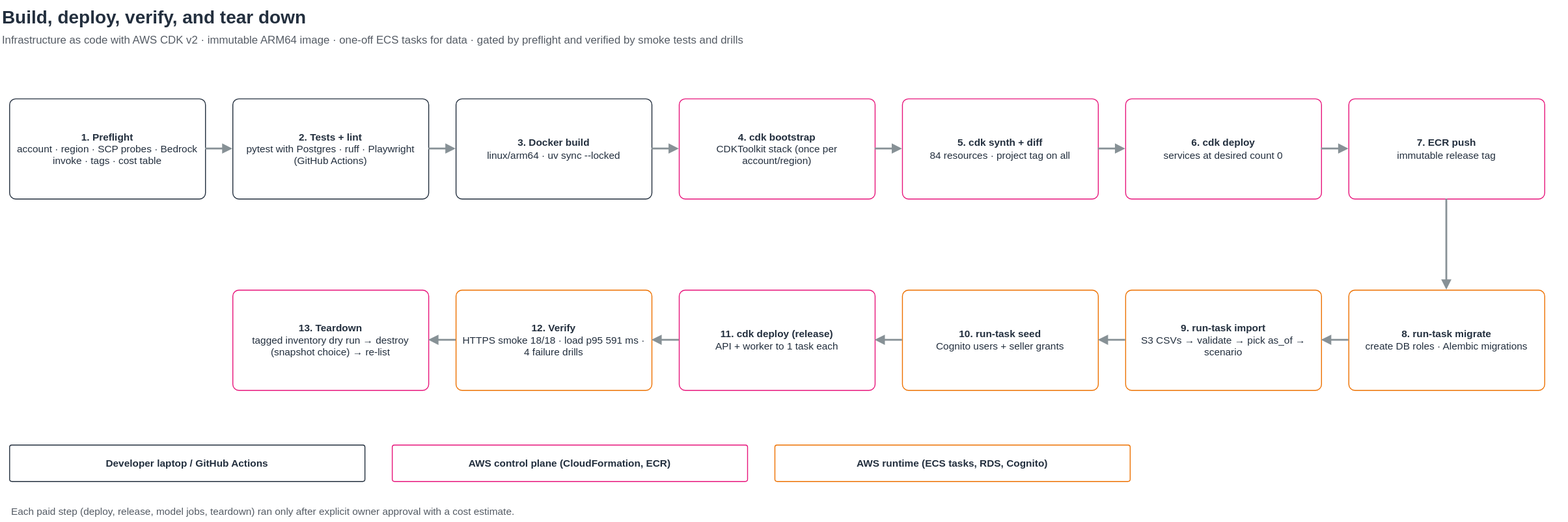
abh2050/ontology-ops keeps this draw.io diagram as docs/diagrams/deployment-pipeline.svg. Above is the earlier version. Source tidied: cells renumbered, new cells last; positions are measured from the earlier drawing's top-left corner, leaving out a move shared by most shapes.
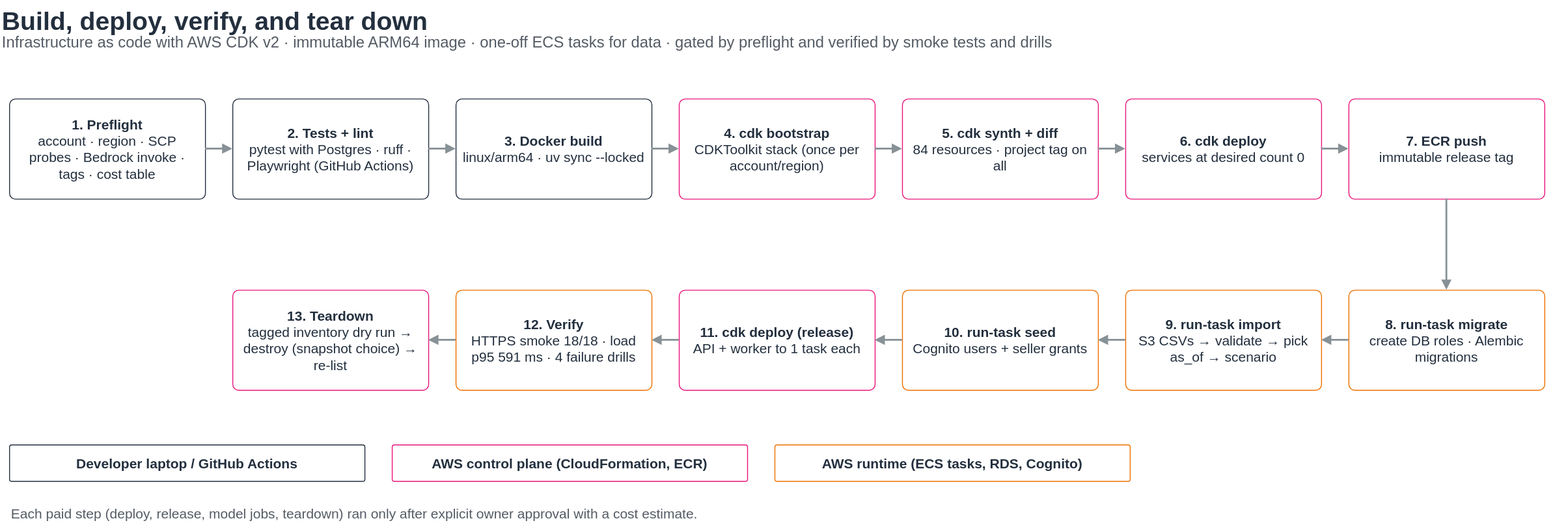
After the commit.

What changed in the source:
```diff
@@ -2,97 +2,97 @@
   <root>
     <mxCell id="0" />
     <mxCell id="1" parent="0" />
-    <mxCell id="2" value="&lt;b&gt;Build, deploy, verify, and tear down&lt;/b&gt;" style="text;html=1;align=left;verticalAlign=top;whiteSpace=wrap;fontSize=20;fontColor=#232F3E;fontStyle=0;" parent="1" vertex="1">
+    <mxCell id="2" value="&lt;b&gt;Build, deploy, verify, and tear down&lt;/b&gt;" style="text;html=1;align=left;verticalAlign=top;whiteSpace=wrap;fontSize=28;fontColor=#232F3E;fontStyle=0;" parent="1" vertex="1">
       <mxGeometry width="1720" height="30" as="geometry" />
     </mxCell>
-    <mxCell id="3" value="Infrastructure as code with AWS CDK v2 · immutable ARM64 image · one-off ECS tasks for data · gated by preflight and verified by smoke tests and drills" style="text;html=1;align=left;verticalAlign=top;whiteSpace=wrap;fontSize=12;fontColor=#545B64;fontStyle=0;" parent="1" vertex="1">
+    <mxCell id="3" value="Infrastructure as code with AWS CDK v2 · immutable ARM64 image · one-off ECS tasks for data · gated by preflight and verified by smoke tests and drills" style="text;html=1;align=left;verticalAlign=top;whiteSpace=wrap;fontSize=17;fontColor=#545B64;fontStyle=0;" parent="1" vertex="1">
       <mxGeometry y="30" width="1720" height="22" as="geometry" />
     </mxCell>
-    <mxCell id="4" value="&lt;b&gt;1. Preflight&lt;/b&gt;&lt;br&gt;account · region · SCP probes · Bedrock invoke · tags · cost table" style="rounded=1;arcSize=6;whiteSpace=wrap;html=1;strokeColor=#232F3E;fillColor=#FFFFFF;fontColor=#232F3E;dashed=0;fontSize=11;align=center;verticalAlign=middle;spacing=8;fontStyle=0;" parent="1" vertex="1">
+    <mxCell id="4" value="&lt;b&gt;1. Preflight&lt;/b&gt;&lt;br&gt;account · region · SCP probes · Bedrock invoke · tags · cost table" style="rounded=1;arcSize=6;whiteSpace=wrap;html=1;strokeColor=#232F3E;fillColor=#FFFFFF;fontColor=#232F3E;dashed=0;fontSize=15;align=center;verticalAlign=middle;spacing=8;fontStyle=0;" parent="1" vertex="1">
       <mxGeometry x="10" y="108" width="215" height="110" as="geometry" />
     </mxCell>
-    <mxCell id="5" value="&lt;b&gt;2. Tests + lint&lt;/b&gt;&lt;br&gt;pytest with Postgres · ruff · Playwright (GitHub Actions)" style="rounded=1;arcSize=6;whiteSpace=wrap;html=1;strokeColor=#232F3E;fillColor=#FFFFFF;fontColor=#232F3E;dashed=0;fontSize=11;align=center;verticalAlign=middle;spacing=8;fontStyle=0;" parent="1" vertex="1">
+    <mxCell id="5" value="&lt;b&gt;2. Tests + lint&lt;/b&gt;&lt;br&gt;pytest with Postgres · ruff · Playwright (GitHub Actions)" style="rounded=1;arcSize=6;whiteSpace=wrap;html=1;strokeColor=#232F3E;fillColor=#FFFFFF;fontColor=#232F3E;dashed=0;fontSize=15;align=center;verticalAlign=middle;spacing=8;fontStyle=0;" parent="1" vertex="1">
       <mxGeometry x="255" y="108" width="215" height="110" as="geometry" />
     </mxCell>
-    <mxCell id="6" value="&lt;b&gt;3. Docker build&lt;/b&gt;&lt;br&gt;linux/arm64 · uv sync --locked" style="rounded=1;arcSize=6;whiteSpace=wrap;html=1;strokeColor=#232F3E;fillColor=#FFFFFF;fontColor=#232F3E;dashed=0;fontSize=11;align=center;verticalAlign=middle;spacing=8;fontStyle=0;" parent="1" vertex="1">
+    <mxCell id="6" value="&lt;b&gt;3. Docker build&lt;/b&gt;&lt;br&gt;linux/arm64 · uv sync --locked" style="rounded=1;arcSize=6;whiteSpace=wrap;html=1;strokeColor=#232F3E;fillColor=#FFFFFF;fontColor=#232F3E;dashed=0;fontSize=15;align=center;verticalAlign=middle;spacing=8;fontStyle=0;" parent="1" vertex="1">
       <mxGeometry x="500" y="108" width="215" height="110" as="geometry" />
     </mxCell>
-    <mxCell id="7" value="&lt;b&gt;4. cdk bootstrap&lt;/b&gt;&lt;br&gt;CDKToolkit stack (once per account/region)" style="rounded=1;arcSize=6;whiteSpace=wrap;html=1;strokeColor=#E7157B;fillColor=#FFFFFF;fontColor=#232F3E;dashed=0;fontSize=11;align=center;verticalAlign=middle;spacing=8;fontStyle=0;" parent="1" vertex="1">
+    <mxCell id="7" value="&lt;b&gt;4. cdk bootstrap&lt;/b&gt;&lt;br&gt;CDKToolkit stack (once per account/region)" style="rounded=1;arcSize=6;whiteSpace=wrap;html=1;strokeColor=#E7157B;fillColor=#FFFFFF;fontColor=#232F3E;dashed=0;fontSize=15;align=center;verticalAlign=middle;spacing=8;fontStyle=0;" parent="1" vertex="1">
       <mxGeometry x="745" y="108" width="215" height="110" as="geometry" />
     </mxCell>
-    <mxCell id="8" value="&lt;b&gt;5. cdk synth + diff&lt;/b&gt;&lt;br&gt;84 resources · project tag on all" style="rounded=1;arcSize=6;whiteSpace=wrap;html=1;strokeColor=#E7157B;fillColor=#FFFFFF;fontColor=#232F3E;dashed=0;fontSize=11;align=center;verticalAlign=middle;spacing=8;fontStyle=0;" parent="1" vertex="1">
+    <mxCell id="8" value="&lt;b&gt;5. cdk synth + diff&lt;/b&gt;&lt;br&gt;84 resources · project tag on all" style="rounded=1;arcSize=6;whiteSpace=wrap;html=1;strokeColor=#E7157B;fillColor=#FFFFFF;fontColor=#232F3E;dashed=0;fontSize=15;align=center;verticalAlign=middle;spacing=8;fontStyle=0;" parent="1" vertex="1">
       <mxGeometry x="990" y="108" width="215" height="110" as="geometry" />
     </mxCell>
-    <mxCell id="9" value="&lt;b&gt;6. cdk deploy&lt;/b&gt;&lt;br&gt;services at desired count 0" style="rounded=1;arcSize=6;whiteSpace=wrap;html=1;strokeColor=#E7157B;fillColor=#FFFFFF;fontColor=#232F3E;dashed=0;fontSize=11;align=center;verticalAlign=middle;spacing=8;fontStyle=0;" parent="1" vertex="1">
+    <mxCell id="9" value="&lt;b&gt;6. cdk deploy&lt;/b&gt;&lt;br&gt;services at desired count 0" style="rounded=1;arcSize=6;whiteSpace=wrap;html=1;strokeColor=#E7157B;fillColor=#FFFFFF;fontColor=#232F3E;dashed=0;fontSize=15;align=center;verticalAlign=middle;spacing=8;fontStyle=0;" parent="1" vertex="1">
       <mxGeometry x="1235" y="108" width="215" height="110" as="geometry" />
     </mxCell>
-    <mxCell id="10" value="&lt;b&gt;7. ECR push&lt;/b&gt;&lt;br&gt;immutable release tag" style="rounded=1;arcSize=6;whiteSpace=wrap;html=1;strokeColor=#E7157B;fillColor=#FFFFFF;fontColor=#232F3E;dashed=0;fontSize=11;align=center;verticalAlign=middle;spacing=8;fontStyle=0;" parent="1" vertex="1">
+    <mxCell id="10" value="&lt;b&gt;7. ECR push&lt;/b&gt;&lt;br&gt;immutable release tag" style="rounded=1;arcSize=6;whiteSpace=wrap;html=1;strokeColor=#E7157B;fillColor=#FFFFFF;fontColor=#232F3E;dashed=0;fontSize=15;align=center;verticalAlign=middle;spacing=8;fontStyle=0;" parent="1" vertex="1">
       <mxGeometry x="1480" y="108" width="215" height="110" as="geometry" />
     </mxCell>
-    <mxCell id="11" value="&lt;b&gt;8. run-task migrate&lt;/b&gt;&lt;br&gt;create DB roles · Alembic migrations" style="rounded=1;arcSize=6;whiteSpace=wrap;html=1;strokeColor=#ED7100;fillColor=#FFFFFF;fontColor=#232F3E;dashed=0;fontSize=11;align=center;verticalAlign=middle;spacing=8;fontStyle=0;" parent="1" vertex="1">
+    <mxCell id="11" value="&lt;b&gt;8. run-task migrate&lt;/b&gt;&lt;br&gt;create DB roles · Alembic migrations" style="rounded=1;arcSize=6;whiteSpace=wrap;html=1;strokeColor=#ED7100;fillColor=#FFFFFF;fontColor=#232F3E;dashed=0;fontSize=15;align=center;verticalAlign=middle;spacing=8;fontStyle=0;" parent="1" vertex="1">
       <mxGeometry x="1480" y="318" width="215" height="110" as="geometry" />
     </mxCell>
-    <mxCell id="12" value="&lt;b&gt;9. run-task import&lt;/b&gt;&lt;br&gt;S3 CSVs → validate → pick as_of → scenario" style="rounded=1;arcSize=6;whiteSpace=wrap;html=1;strokeColor=#ED7100;fillColor=#FFFFFF;fontColor=#232F3E;dashed=0;fontSize=11;align=center;verticalAlign=middle;spacing=8;fontStyle=0;" parent="1" vertex="1">
+    <mxCell id="12" value="&lt;b&gt;9. run-task import&lt;/b&gt;&lt;br&gt;S3 CSVs → validate → pick as_of → scenario" style="rounded=1;arcSize=6;whiteSpace=wrap;html=1;strokeColor=#ED7100;fillColor=#FFFFFF;fontColor=#232F3E;dashed=0;fontSize=15;align=center;verticalAlign=middle;spacing=8;fontStyle=0;" parent="1" vertex="1">
       <mxGeometry x="1235" y="318" width="215" height="110" as="geometry" />
     </mxCell>
-    <mxCell id="13" value="&lt;b&gt;10. run-task seed&lt;/b&gt;&lt;br&gt;Cognito users + seller grants" style="rounded=1;arcSize=6;whiteSpace=wrap;html=1;strokeColor=#ED7100;fillColor=#FFFFFF;fontColor=#232F3E;dashed=0;fontSize=11;align=center;verticalAlign=middle;spacing=8;fontStyle=0;" parent="1" vertex="1">
+    <mxCell id="13" value="&lt;b&gt;10. run-task seed&lt;/b&gt;&lt;br&gt;Cognito users + seller grants" style="rounded=1;arcSize=6;whiteSpace=wrap;html=1;strokeColor=#ED7100;fillColor=#FFFFFF;fontColor=#232F3E;dashed=0;fontSize=15;align=center;verticalAlign=middle;spacing=8;fontStyle=0;" parent="1" vertex="1">
       <mxGeometry x="990" y="318" width="215" height="110" as="geometry" />
     </mxCell>
-    <mxCell id="14" value="&lt;b&gt;11. cdk deploy (release)&lt;/b&gt;&lt;br&gt;API + worker to 1 task each" style="rounded=1;arcSize=6;whiteSpace=wrap;html=1;strokeColor=#E7157B;fillColor=#FFFFFF;fontColor=#232F3E;dashed=0;fontSize=11;align=center;verticalAlign=middle;spacing=8;fontStyle=0;" parent="1" vertex="1">
+    <mxCell id="14" value="&lt;b&gt;11. cdk deploy (release)&lt;/b&gt;&lt;br&gt;API + worker to 1 task each" style="rounded=1;arcSize=6;whiteSpace=wrap;html=1;strokeColor=#E7157B;fillColor=#FFFFFF;fontColor=#232F3E;dashed=0;fontSize=15;align=center;verticalAlign=middle;spacing=8;fontStyle=0;" parent="1" vertex="1">
       <mxGeometry x="745" y="318" width="215" height="110" as="geometry" />
     </mxCell>
-    <mxCell id="15" value="&lt;b&gt;12. Verify&lt;/b&gt;&lt;br&gt;HTTPS smoke 18/18 · load p95 591 ms · 4 failure drills" style="rounded=1;arcSize=6;whiteSpace=wrap;html=1;strokeColor=#ED7100;fillColor=#FFFFFF;fontColor=#232F3E;dashed=0;fontSize=11;align=center;verticalAlign=middle;spacing=8;fontStyle=0;" parent="1" vertex="1">
+    <mxCell id="15" value="&lt;b&gt;12. Verify&lt;/b&gt;&lt;br&gt;HTTPS smoke 18/18 · load p95 591 ms · 4 failure drills" style="rounded=1;arcSize=6;whiteSpace=wrap;html=1;strokeColor=#ED7100;fillColor=#FFFFFF;fontColor=#232F3E;dashed=0;fontSize=15;align=center;verticalAlign=middle;spacing=8;fontStyle=0;" parent="1" vertex="1">
       <mxGeometry x="500" y="318" width="215" height="110" as="geometry" />
     </mxCell>
-    <mxCell id="16" value="&lt;b&gt;13. Teardown&lt;/b&gt;&lt;br&gt;tagged inventory dry run → destroy (snapshot choice) → re-list" style="rounded=1;arcSize=6;whiteSpace=wrap;html=1;strokeColor=#E7157B;fillColor=#FFFFFF;fontColor=#232F3E;dashed=0;fontSize=11;align=center;verticalAlign=middle;spacing=8;fontStyle=0;" parent="1" vertex="1">
+    <mxCell id="16" value="&lt;b&gt;13. Teardown&lt;/b&gt;&lt;br&gt;tagged inventory dry run → destroy (snapshot choice) → re-list" style="rounded=1;arcSize=6;whiteSpace=wrap;html=1;strokeColor=#E7157B;fillColor=#FFFFFF;fontColor=#232F3E;dashed=0;fontSize=15;align=center;verticalAlign=middle;spacing=8;fontStyle=0;" parent="1" vertex="1">
       <mxGeometry x="255" y="318" width="215" height="110" as="geometry" />
     </mxCell>
-    <mxCell id="17" style="edgeStyle=orthogonalEdgeStyle;rounded=1;html=1;endArrow=block;endFill=1;strokeColor=#879196;strokeWidth=2;dashed=0;fontSize=10;labelBackgroundColor=#ffffff;fontColor=#232F3E;" parent="1" edge="1" source="4" target="5">
+    <mxCell id="17" style="edgeStyle=orthogonalEdgeStyle;rounded=1;html=1;endArrow=block;endFill=1;strokeColor=#879196;strokeWidth=2;dashed=0;fontSize=14;labelBackgroundColor=#ffffff;fontColor=#232F3E;" parent="1" edge="1" source="4" target="5">
       <mxGeometry relative="1" as="geometry" />
     </mxCell>
-    <mxCell id="18" style="edgeStyle=orthogonalEdgeStyle;rounded=1;html=1;endArrow=block;endFill=1;strokeColor=#879196;strokeWidth=2;dashed=0;fontSize=10;labelBackgroundColor=#ffffff;fontColor=#232F3E;" parent="1" edge="1" source="5" target="6">
+    <mxCell id="18" style="edgeStyle=orthogonalEdgeStyle;rounded=1;html=1;endArrow=block;endFill=1;strokeColor=#879196;strokeWidth=2;dashed=0;fontSize=14;labelBackgroundColor=#ffffff;fontColor=#232F3E;" parent="1" edge="1" source="5" target="6">
       <mxGeometry relative="1" as="geometry" />
     </mxCell>
-    <mxCell id="19" style="edgeStyle=orthogonalEdgeStyle;rounded=1;html=1;endArrow=block;endFill=1;strokeColor=#879196;strokeWidth=2;dashed=0;fontSize=10;labelBackgroundColor=#ffffff;fontColor=#232F3E;" parent="1" edge="1" source="6" target="7">
+    <mxCell id="19" style="edgeStyle=orthogonalEdgeStyle;rounded=1;html=1;endArrow=block;endFill=1;strokeColor=#879196;strokeWidth=2;dashed=0;fontSize=14;labelBackgroundColor=#ffffff;fontColor=#232F3E;" parent="1" edge="1" source="6" target="7">
       <mxGeometry relative="1" as="geometry" />
     </mxCell>
-    <mxCell id="20" style="edgeStyle=orthogonalEdgeStyle;rounded=1;html=1;endArrow=block;endFill=1;strokeColor=#879196;strokeWidth=2;dashed=0;fontSize=10;labelBackgroundColor=#ffffff;fontColor=#232F3E;" parent="1" edge="1" source="7" target="8">
+    <mxCell id="20" style="edgeStyle=orthogonalEdgeStyle;rounded=1;html=1;endArrow=block;endFill=1;strokeColor=#879196;strokeWidth=2;dashed=0;fontSize=14;labelBackgroundColor=#ffffff;fontColor=#232F3E;" parent="1" edge="1" source="7" target="8">
       <mxGeometry relative="1" as="geometry" />
     </mxCell>
-    <mxCell id="21" style="edgeStyle=orthogonalEdgeStyle;rounded=1;html=1;endArrow=block;endFill=1;strokeColor=#879196;strokeWidth=2;dashed=0;fontSize=10;labelBackgroundColor=#ffffff;fontColor=#232F3E;" parent="1" edge="1" source="8" target="9">
+    <mxCell id="21" style="edgeStyle=orthogonalEdgeStyle;rounded=1;html=1;endArrow=block;endFill=1;strokeColor=#879196;strokeWidth=2;dashed=0;fontSize=14;labelBackgroundColor=#ffffff;fontColor=#232F3E;" parent="1" edge="1" source="8" target="9">
       <mxGeometry relative="1" as="geometry" />
     </mxCell>
-    <mxCell id="22" style="edgeStyle=orthogonalEdgeStyle;rounded=1;html=1;endArrow=block;endFill=1;strokeColor=#879196;strokeWidth=2;dashed=0;fontSize=10;labelBackgroundColor=#ffffff;fontColor=#232F3E;" parent="1" edge="1" source="9" target="10">
+    <mxCell id="22" style="edgeStyle=orthogonalEdgeStyle;rounded=1;html=1;endArrow=block;endFill=1;strokeColor=#879196;strokeWidth=2;dashed=0;fontSize=14;labelBackgroundColor=#ffffff;fontColor=#232F3E;" parent="1" edge="1" source="9" target="10">
       <mxGeometry relative="1" as="geometry" />
     </mxCell>
-    <mxCell id="23" style="edgeStyle=orthogonalEdgeStyle;rounded=1;html=1;endArrow=block;endFill=1;strokeColor=#879196;strokeWidth=2;dashed=0;fontSize=10;labelBackgroundColor=#ffffff;fontColor=#232F3E;" parent="1" edge="1" source="10" target="11">
+    <mxCell id="23" style="edgeStyle=orthogonalEdgeStyle;rounded=1;html=1;endArrow=block;endFill=1;strokeColor=#879196;strokeWidth=2;dashed=0;fontSize=14;labelBackgroundColor=#ffffff;fontColor=#232F3E;" parent="1" edge="1" source="10" target="11">
       <mxGeometry relative="1" as="geometry" />
     </mxCell>
-    <mxCell id="24" style="edgeStyle=orthogonalEdgeStyle;rounded=1;html=1;endArrow=block;endFill=1;strokeColor=#879196;strokeWidth=2;dashed=0;fontSize=10;labelBackgroundColor=#ffffff;fontColor=#232F3E;" parent="1" edge="1" source="11" target="12">
+    <mxCell id="24" style="edgeStyle=orthogonalEdgeStyle;rounded=1;html=1;endArrow=block;endFill=1;strokeColor=#879196;strokeWidth=2;dashed=0;fontSize=14;labelBackgroundColor=#ffffff;fontColor=#232F3E;" parent="1" edge="1" source="11" target="12">
       <mxGeometry relative="1" as="geometry" />
     </mxCell>
-    <mxCell id="25" style="edgeStyle=orthogonalEdgeStyle;rounded=1;html=1;endArrow=block;endFill=1;strokeColor=#879196;strokeWidth=2;dashed=0;fontSize=10;labelBackgroundColor=#ffffff;fontColor=#232F3E;" parent="1" edge="1" source="12" target="13">
+    <mxCell id="25" style="edgeStyle=orthogonalEdgeStyle;rounded=1;html=1;endArrow=block;endFill=1;strokeColor=#879196;strokeWidth=2;dashed=0;fontSize=14;labelBackgroundColor=#ffffff;fontColor=#232F3E;" parent="1" edge="1" source="12" target="13">
       <mxGeometry relative="1" as="geometry" />
     </mxCell>
-    <mxCell id="26" style="edgeStyle=orthogonalEdgeStyle;rounded=1;html=1;endArrow=block;endFill=1;strokeColor=#879196;strokeWidth=2;dashed=0;fontSize=10;labelBackgroundColor=#ffffff;fontColor=#232F3E;" parent="1" edge="1" source="13" target="14">
+    <mxCell id="26" style="edgeStyle=orthogonalEdgeStyle;rounded=1;html=1;endArrow=block;endFill=1;strokeColor=#879196;strokeWidth=2;dashed=0;fontSize=14;labelBackgroundColor=#ffffff;fontColor=#232F3E;" parent="1" edge="1" source="13" target="14">
       <mxGeometry relative="1" as="geometry" />
     </mxCell>
-    <mxCell id="27" style="edgeStyle=orthogonalEdgeStyle;rounded=1;html=1;endArrow=block;endFill=1;strokeColor=#879196;strokeWidth=2;dashed=0;fontSize=10;labelBackgroundColor=#ffffff;fontColor=#232F3E;" parent="1" edge="1" source="14" target="15">
+    <mxCell id="27" style="edgeStyle=orthogonalEdgeStyle;rounded=1;html=1;endArrow=block;endFill=1;strokeColor=#879196;strokeWidth=2;dashed=0;fontSize=14;labelBackgroundColor=#ffffff;fontColor=#232F3E;" parent="1" edge="1" source="14" target="15">
       <mxGeometry relative="1" as="geometry" />
     </mxCell>
-    <mxCell id="28" style="edgeStyle=orthogonalEdgeStyle;rounded=1;html=1;endArrow=block;endFill=1;strokeColor=#879196;strokeWidth=2;dashed=0;fontSize=10;labelBackgroundColor=#ffffff;fontColor=#232F3E;" parent="1" edge="1" source="15" target="16">
+    <mxCell id="28" style="edgeStyle=orthogonalEdgeStyle;rounded=1;html=1;endArrow=block;endFill=1;strokeColor=#879196;strokeWidth=2;dashed=0;fontSize=14;labelBackgroundColor=#ffffff;fontColor=#232F3E;" parent="1" edge="1" source="15" target="16">
       <mxGeometry relative="1" as="geometry" />
     </mxCell>
-    <mxCell id="29" value="Developer laptop / GitHub Actions" style="rounded=1;arcSize=6;whiteSpace=wrap;html=1;strokeColor=#232F3E;fillColor=#FFFFFF;fontColor=#232F3E;dashed=0;fontSize=11;align=center;verticalAlign=middle;spacing=8;fontStyle=1;" parent="1" vertex="1">
+    <mxCell id="29" value="Developer laptop / GitHub Actions" style="rounded=1;arcSize=6;whiteSpace=wrap;html=1;strokeColor=#232F3E;fillColor=#FFFFFF;fontColor=#232F3E;dashed=0;fontSize=15;align=center;verticalAlign=middle;spacing=8;fontStyle=1;" parent="1" vertex="1">
       <mxGeometry x="10" y="488" width="390" height="40" as="geometry" />
     </mxCell>
-    <mxCell id="30" value="AWS control plane (CloudFormation, ECR)" style="rounded=1;arcSize=6;whiteSpace=wrap;html=1;strokeColor=#E7157B;fillColor=#FFFFFF;fontColor=#232F3E;dashed=0;fontSize=11;align=center;verticalAlign=middle;spacing=8;fontStyle=1;" parent="1" vertex="1">
+    <mxCell id="30" value="AWS control plane (CloudFormation, ECR)" style="rounded=1;arcSize=6;whiteSpace=wrap;html=1;strokeColor=#E7157B;fillColor=#FFFFFF;fontColor=#232F3E;dashed=0;fontSize=15;align=center;verticalAlign=middle;spacing=8;fontStyle=1;" parent="1" vertex="1">
       <mxGeometry x="430" y="488" width="390" height="40" as="geometry" />
     </mxCell>
-    <mxCell id="31" value="AWS runtime (ECS tasks, RDS, Cognito)" style="rounded=1;arcSize=6;whiteSpace=wrap;html=1;strokeColor=#ED7100;fillColor=#FFFFFF;fontColor=#232F3E;dashed=0;fontSize=11;align=center;verticalAlign=middle;spacing=8;fontStyle=1;" parent="1" vertex="1">
+    <mxCell id="31" value="AWS runtime (ECS tasks, RDS, Cognito)" style="rounded=1;arcSize=6;whiteSpace=wrap;html=1;strokeColor=#ED7100;fillColor=#FFFFFF;fontColor=#232F3E;dashed=0;fontSize=15;align=center;verticalAlign=middle;spacing=8;fontStyle=1;" parent="1" vertex="1">
       <mxGeometry x="850" y="488" width="390" height="40" as="geometry" />
     </mxCell>
-    <mxCell id="32" value="Each paid step (deploy, release, model jobs, teardown) ran only after explicit owner approval with a cost estimate." style="text;html=1;align=left;verticalAlign=top;whiteSpace=wrap;fontSize=11;fontColor=#545B64;fontStyle=0;" parent="1" vertex="1">
+    <mxCell id="32" value="Each paid step (deploy, release, model jobs, teardown) ran only after explicit owner approval with a cost estimate." style="text;html=1;align=left;verticalAlign=top;whiteSpace=wrap;fontSize=15;fontColor=#545B64;fontStyle=0;" parent="1" vertex="1">
       <mxGeometry x="10" y="548" width="1200" height="24" as="geometry" />
     </mxCell>
   </root>
```
